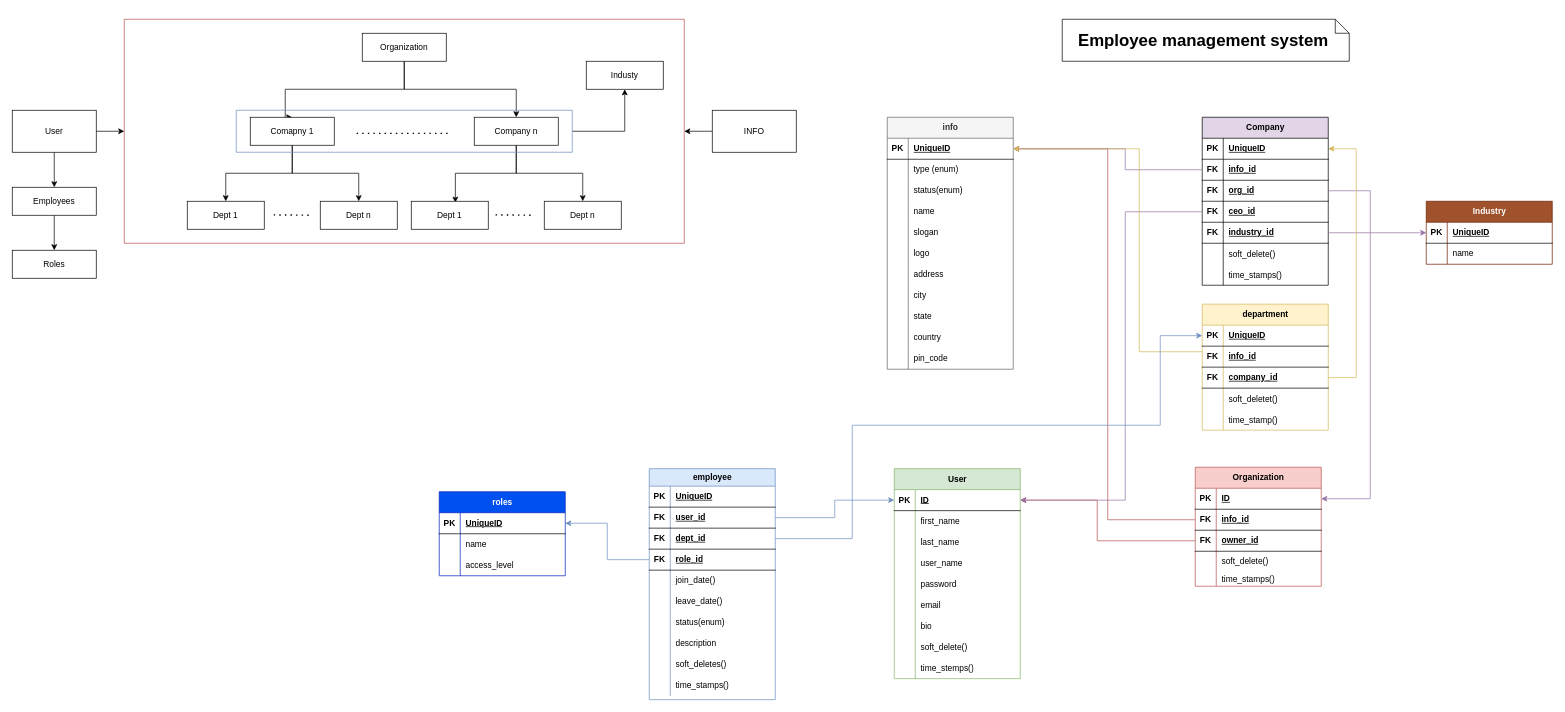
vivek-14/omt keeps this draw.io diagram as storage/Untitled Diagram.drawio. Above is the earlier version. Source tidied: cells renumbered, new cells numbered last; positions are measured from the earlier drawing's top-left corner, leaving out a move shared by most shapes. Both pictures are drawn from the tidied source at 70%, with x=0, y=0 at pixel (12, 19).
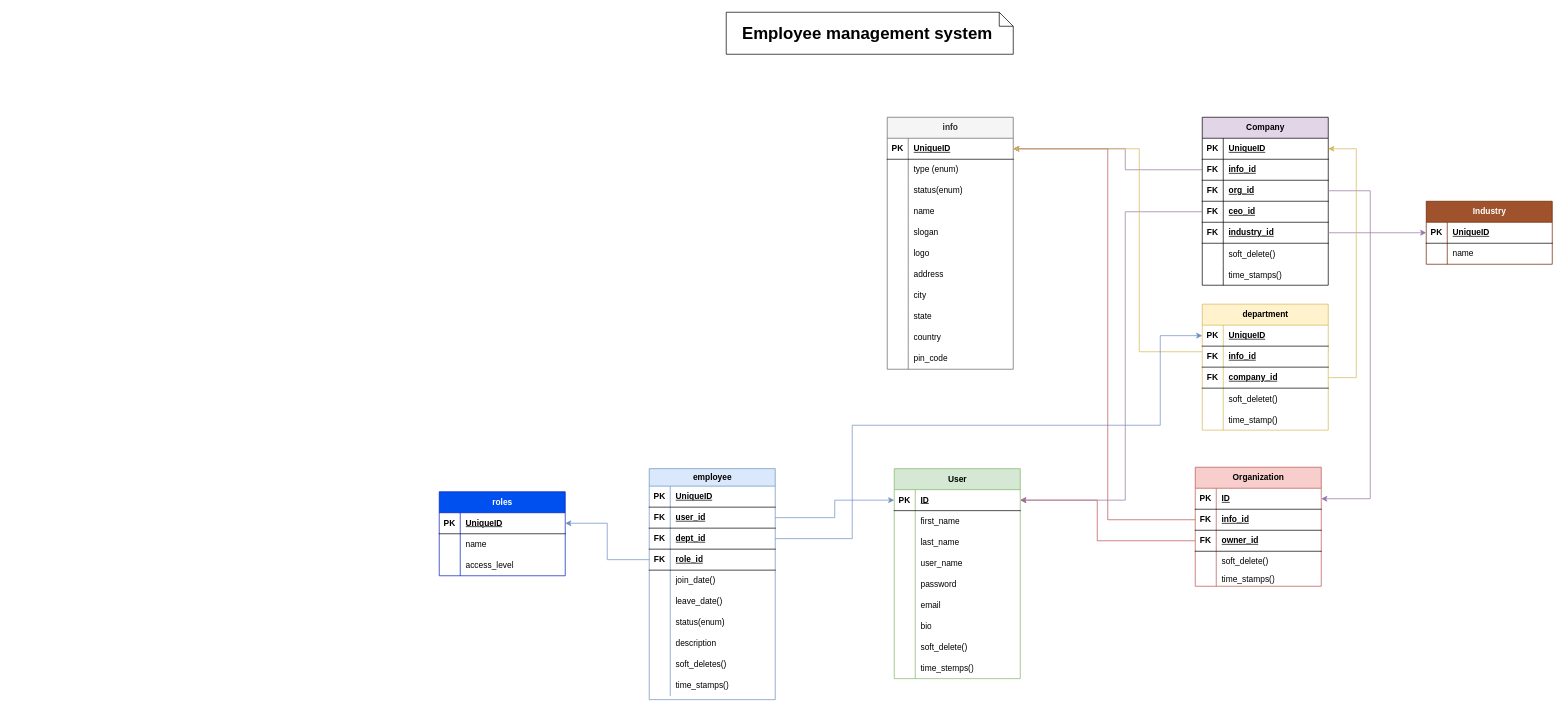
After the change.

Commit message:
separated org flow

Diff of the diagram source:
```diff
@@
     <mxCell id="177" value="&lt;h1&gt;Employee management system&amp;nbsp;&lt;/h1&gt;" style="shape=note;size=20;whiteSpace=wrap;html=1;align=center;" parent="1" vertex="1">
-      <mxGeometry x="1500" width="410" height="60" as="geometry" />
+      <mxGeometry x="1020" y="-10" width="410" height="60" as="geometry" />
     </mxCell>
-    <mxCell id="178" style="edgeStyle=orthogonalEdgeStyle;rounded=0;jettySize=auto;html=1;entryX=0.5;entryY=0;entryDx=0;entryDy=0;" parent="1" edge="1" source="180" target="183">
-      <mxGeometry relative="1" as="geometry">
-        <Array as="points">
-          <mxPoint x="560" y="100" />
-          <mxPoint x="390" y="100" />
-        </Array>
-      </mxGeometry>
-    </mxCell>
-    <mxCell id="179" style="edgeStyle=orthogonalEdgeStyle;rounded=0;jettySize=auto;html=1;entryX=0.5;entryY=0;entryDx=0;entryDy=0;" parent="1" edge="1" source="180" target="186">
-      <mxGeometry relative="1" as="geometry">
-        <Array as="points">
-          <mxPoint x="560" y="100" />
-          <mxPoint x="720" y="100" />
-        </Array>
-      </mxGeometry>
-    </mxCell>
-    <mxCell id="180" value="Organization" style="rounded=0;whiteSpace=wrap;html=1;" parent="1" vertex="1">
-      <mxGeometry x="500" y="20" width="120" height="40" as="geometry" />
-    </mxCell>
-    <mxCell id="181" style="edgeStyle=orthogonalEdgeStyle;rounded=0;jettySize=auto;html=1;entryX=0.5;entryY=0;entryDx=0;entryDy=0;" parent="1" edge="1" source="183" target="188">
-      <mxGeometry relative="1" as="geometry" />
-    </mxCell>
-    <mxCell id="182" style="edgeStyle=orthogonalEdgeStyle;rounded=0;jettySize=auto;html=1;entryX=0.5;entryY=0;entryDx=0;entryDy=0;" parent="1" edge="1" source="183" target="189">
-      <mxGeometry relative="1" as="geometry" />
-    </mxCell>
-    <mxCell id="183" value="Comapny 1" style="rounded=0;whiteSpace=wrap;html=1;" parent="1" vertex="1">
-      <mxGeometry x="340" y="140" width="120" height="40" as="geometry" />
-    </mxCell>
-    <mxCell id="184" style="edgeStyle=orthogonalEdgeStyle;rounded=0;jettySize=auto;html=1;entryX=0.573;entryY=0.05;entryDx=0;entryDy=0;entryPerimeter=0;" parent="1" edge="1" source="186" target="190">
-      <mxGeometry relative="1" as="geometry" />
-    </mxCell>
-    <mxCell id="185" style="edgeStyle=orthogonalEdgeStyle;rounded=0;jettySize=auto;html=1;entryX=0.5;entryY=0;entryDx=0;entryDy=0;" parent="1" edge="1" source="186" target="191">
-      <mxGeometry relative="1" as="geometry" />
-    </mxCell>
-    <mxCell id="186" value="Company n" style="rounded=0;whiteSpace=wrap;html=1;" parent="1" vertex="1">
-      <mxGeometry x="660" y="140" width="120" height="40" as="geometry" />
-    </mxCell>
-    <mxCell id="187" style="endArrow=none;dashed=1;html=1;dashPattern=1 3;strokeWidth=2;rounded=0;" parent="1" edge="1">
-      <mxGeometry relative="1" as="geometry">
-        <mxPoint x="492" y="163" as="sourcePoint" />
-        <mxPoint x="622" y="163" as="targetPoint" />
-      </mxGeometry>
-    </mxCell>
-    <mxCell id="188" value="Dept 1" style="rounded=0;whiteSpace=wrap;html=1;" parent="1" vertex="1">
-      <mxGeometry x="250" y="260" width="110" height="40" as="geometry" />
-    </mxCell>
-    <mxCell id="189" value="Dept n" style="rounded=0;whiteSpace=wrap;html=1;" parent="1" vertex="1">
-      <mxGeometry x="440" y="260" width="110" height="40" as="geometry" />
-    </mxCell>
-    <mxCell id="190" value="Dept 1" style="rounded=0;whiteSpace=wrap;html=1;" parent="1" vertex="1">
-      <mxGeometry x="570" y="260" width="110" height="40" as="geometry" />
-    </mxCell>
-    <mxCell id="191" value="Dept n" style="rounded=0;whiteSpace=wrap;html=1;" parent="1" vertex="1">
-      <mxGeometry x="760" y="260" width="110" height="40" as="geometry" />
-    </mxCell>
-    <mxCell id="192" style="swimlane;startSize=0;fillColor=#f8cecc;strokeColor=#b85450;" parent="1" vertex="1">
-      <mxGeometry x="160" width="800" height="320" as="geometry" />
-    </mxCell>
-    <mxCell id="193" style="endArrow=none;dashed=1;html=1;dashPattern=1 3;strokeWidth=2;rounded=0;" parent="192" edge="1">
-      <mxGeometry relative="1" as="geometry">
-        <mxPoint x="213.5" y="279.5" as="sourcePoint" />
-        <mxPoint x="268.5" y="280" as="targetPoint" />
-      </mxGeometry>
-    </mxCell>
-    <mxCell id="194" style="endArrow=none;dashed=1;html=1;dashPattern=1 3;strokeWidth=2;rounded=0;" parent="192" edge="1">
-      <mxGeometry relative="1" as="geometry">
-        <mxPoint x="530.5" y="279.5" as="sourcePoint" />
-        <mxPoint x="585.5" y="280" as="targetPoint" />
-      </mxGeometry>
-    </mxCell>
-    <mxCell id="195" style="edgeStyle=orthogonalEdgeStyle;rounded=0;jettySize=auto;html=1;entryX=0.5;entryY=1;entryDx=0;entryDy=0;" parent="192" edge="1" source="196" target="197">
-      <mxGeometry relative="1" as="geometry" />
-    </mxCell>
-    <mxCell id="196" style="swimlane;startSize=0;fillColor=#dae8fc;strokeColor=#6c8ebf;" parent="192" vertex="1">
-      <mxGeometry x="160" y="130" width="480" height="60" as="geometry" />
-    </mxCell>
-    <mxCell id="197" value="Industy" style="rounded=0;whiteSpace=wrap;html=1;" parent="192" vertex="1">
-      <mxGeometry x="660" y="60" width="110" height="40" as="geometry" />
-    </mxCell>
-    <mxCell id="198" style="edgeStyle=orthogonalEdgeStyle;rounded=0;jettySize=auto;html=1;" parent="1" edge="1" source="199" target="192">
-      <mxGeometry relative="1" as="geometry" />
-    </mxCell>
-    <mxCell id="199" value="INFO" style="rounded=0;whiteSpace=wrap;html=1;" parent="1" vertex="1">
-      <mxGeometry x="1000" y="130" width="120" height="60" as="geometry" />
-    </mxCell>
-    <mxCell id="200" style="edgeStyle=orthogonalEdgeStyle;rounded=0;jettySize=auto;html=1;entryX=0;entryY=0.5;entryDx=0;entryDy=0;" parent="1" edge="1" source="202" target="192">
-      <mxGeometry relative="1" as="geometry" />
-    </mxCell>
-    <mxCell id="201" style="edgeStyle=orthogonalEdgeStyle;rounded=0;jettySize=auto;html=1;entryX=0.5;entryY=0;entryDx=0;entryDy=0;" parent="1" edge="1" source="202" target="204">
-      <mxGeometry relative="1" as="geometry" />
-    </mxCell>
-    <mxCell id="202" value="User" style="rounded=0;whiteSpace=wrap;html=1;" parent="1" vertex="1">
-      <mxGeometry y="130" width="120" height="60" as="geometry" />
-    </mxCell>
-    <mxCell id="203" style="edgeStyle=orthogonalEdgeStyle;rounded=0;jettySize=auto;html=1;entryX=0.5;entryY=0;entryDx=0;entryDy=0;" parent="1" edge="1" source="204" target="205">
-      <mxGeometry relative="1" as="geometry" />
-    </mxCell>
-    <mxCell id="204" value="Employees" style="rounded=0;whiteSpace=wrap;html=1;" parent="1" vertex="1">
-      <mxGeometry y="240" width="120" height="40" as="geometry" />
-    </mxCell>
-    <mxCell id="205" value="Roles" style="rounded=0;whiteSpace=wrap;html=1;" parent="1" vertex="1">
-      <mxGeometry y="330" width="120" height="40" as="geometry" />
-    </mxCell>
```
